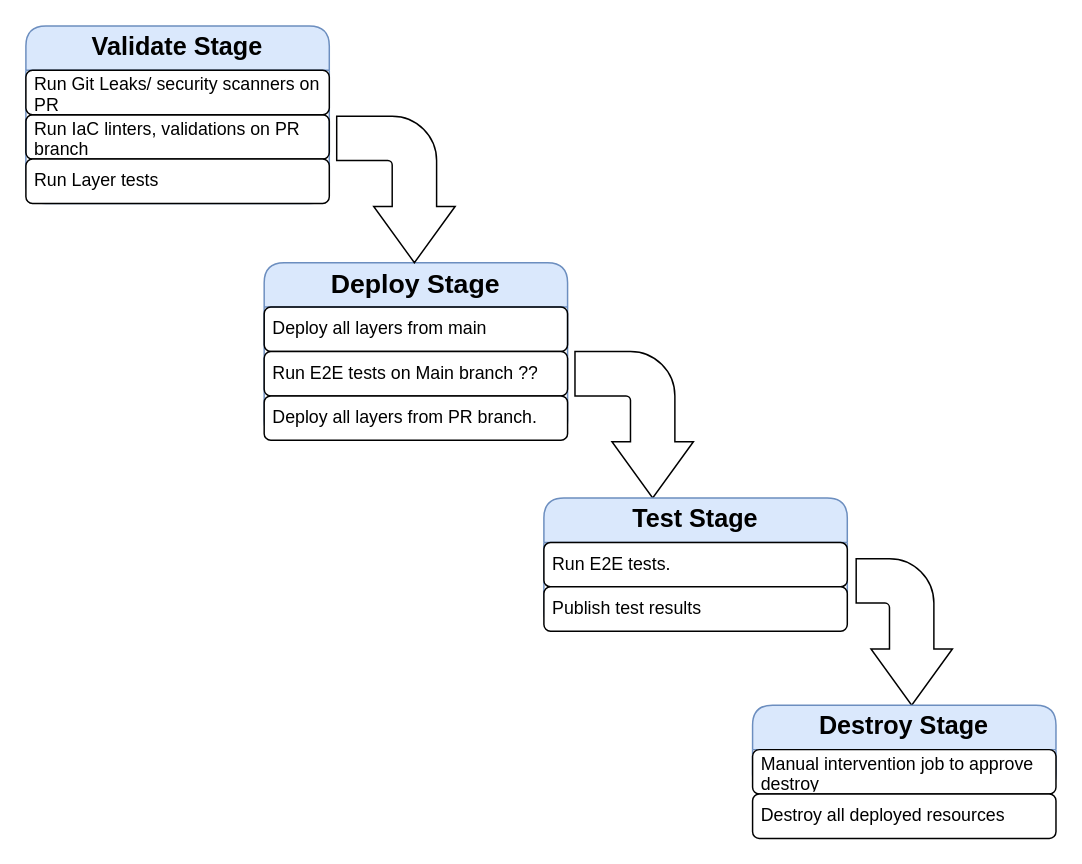
microsoft/symphony keeps this draw.io diagram as docs/images/PR_workflow.drawio. Above is the earlier version. Source tidied: cells renumbered, new cells numbered last; positions are measured from the earlier drawing's top-left corner, leaving out a move shared by most shapes. Both pictures are drawn from the tidied source at 148%, with x=0, y=0 at pixel (25, 25).
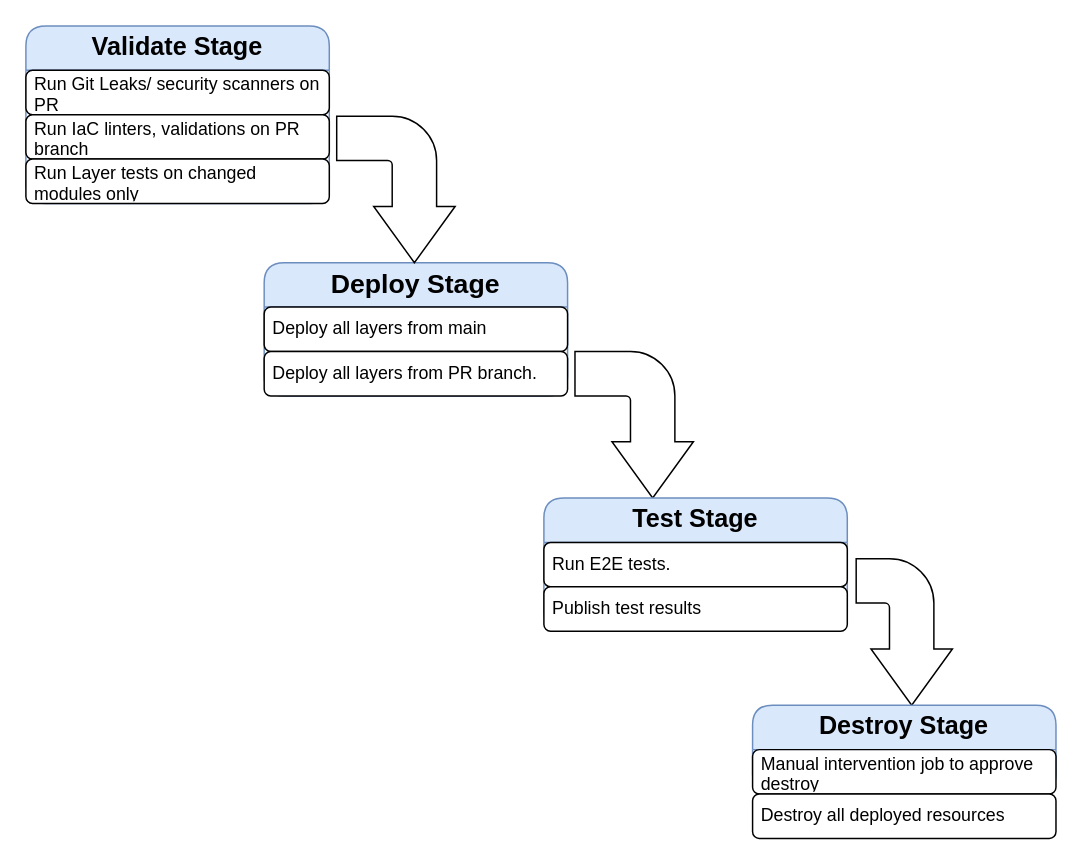
The same diagram, later.

Commit message (it also covers changes not shown here):
Update PR workflow design

Diff of the diagram source:
```diff
@@
 <mxGraphModel>
   <root>
     <mxCell id="0" />
     <mxCell id="1" parent="0" />
     <mxCell id="2" value="&lt;b style=&quot;font-size: 18px;&quot;&gt;Deploy Stage&lt;/b&gt;" style="swimlane;fontStyle=0;horizontal=1;startSize=30;whiteSpace=wrap;html=1;rounded=1;fillColor=#dae8fc;strokeColor=#6c8ebf;fillStyle=solid;fontSize=18;" parent="1" vertex="1">
-      <mxGeometry x="161" y="160" width="205" height="120" as="geometry" />
+      <mxGeometry x="161" y="160" width="205" height="90" as="geometry" />
     </mxCell>
-    <mxCell id="3" value="Deploy all layers from main" style="text;strokeColor=default;fillColor=none;align=left;verticalAlign=middle;spacingLeft=4;spacingRight=4;overflow=hidden;whiteSpace=wrap;html=1;rounded=1;" parent="2" vertex="1">
+    <mxCell id="3" value="Deploy all layers from main" style="text;strokeColor=default;fillColor=default;align=left;verticalAlign=middle;spacingLeft=4;spacingRight=4;overflow=hidden;whiteSpace=wrap;html=1;rounded=1;" parent="2" vertex="1">
       <mxGeometry y="30" width="205" height="30" as="geometry" />
     </mxCell>
-    <mxCell id="4" value="Run E2E tests on Main branch ??" style="text;strokeColor=default;fillColor=default;align=left;verticalAlign=middle;spacingLeft=4;spacingRight=4;overflow=hidden;whiteSpace=wrap;html=1;rounded=1;" parent="2" vertex="1">
-      <mxGeometry y="60" width="205" height="30" as="geometry" />
-    </mxCell>
     <mxCell id="5" value="Deploy all layers from PR branch." style="text;strokeColor=default;fillColor=default;align=left;verticalAlign=middle;spacingLeft=4;spacingRight=4;overflow=hidden;whiteSpace=wrap;html=1;rounded=1;" parent="2" vertex="1">
-      <mxGeometry y="90" width="205" height="30" as="geometry" />
+      <mxGeometry y="60" width="205" height="30" as="geometry" />
     </mxCell>
     <mxCell id="6" value="&lt;b style=&quot;font-size: 17px;&quot;&gt;Validate Stage&lt;/b&gt;" style="swimlane;fontStyle=0;horizontal=1;startSize=30;whiteSpace=wrap;html=1;rounded=1;fillColor=#dae8fc;strokeColor=#6c8ebf;fillStyle=solid;fontSize=17;" parent="1" vertex="1">
       <mxGeometry width="205" height="120" as="geometry" />
     </mxCell>
     <mxCell id="7" value="Run Git Leaks/ security scanners on PR" style="text;strokeColor=default;fillColor=default;align=left;verticalAlign=middle;spacingLeft=4;spacingRight=4;overflow=hidden;whiteSpace=wrap;html=1;rounded=1;" parent="6" vertex="1">
       <mxGeometry y="30" width="205" height="30" as="geometry" />
     </mxCell>
-    <mxCell id="8" value="Run IaC linters, validations on PR branch" style="text;strokeColor=default;fillColor=none;align=left;verticalAlign=middle;spacingLeft=4;spacingRight=4;overflow=hidden;whiteSpace=wrap;html=1;rounded=1;" parent="6" vertex="1">
+    <mxCell id="8" value="Run IaC linters, validations on PR branch" style="text;strokeColor=default;fillColor=default;align=left;verticalAlign=middle;spacingLeft=4;spacingRight=4;overflow=hidden;whiteSpace=wrap;html=1;rounded=1;" parent="6" vertex="1">
       <mxGeometry y="60" width="205" height="30" as="geometry" />
     </mxCell>
-    <mxCell id="9" value="Run Layer tests" style="text;strokeColor=default;fillColor=default;align=left;verticalAlign=middle;spacingLeft=4;spacingRight=4;overflow=hidden;whiteSpace=wrap;html=1;rounded=1;" parent="6" vertex="1">
+    <mxCell id="9" value="Run Layer tests on changed modules only" style="text;strokeColor=default;fillColor=default;align=left;verticalAlign=middle;spacingLeft=4;spacingRight=4;overflow=hidden;whiteSpace=wrap;html=1;rounded=1;" parent="6" vertex="1">
       <mxGeometry y="90" width="205" height="30" as="geometry" />
     </mxCell>
     <mxCell id="10" style="html=1;shadow=0;dashed=0;align=center;verticalAlign=middle;shape=mxgraph.arrows2.bendArrow;dy=15;dx=38;notch=0;arrowHead=55;rounded=1;fillStyle=solid;strokeColor=default;fillColor=default;direction=south;" parent="1" vertex="1">
       <mxGeometry x="210" y="61" width="80" height="99" as="geometry" />
     </mxCell>
     <mxCell id="11" style="html=1;shadow=0;dashed=0;align=center;verticalAlign=middle;shape=mxgraph.arrows2.bendArrow;dy=15;dx=38;notch=0;arrowHead=55;rounded=1;fillStyle=solid;strokeColor=default;fillColor=default;direction=south;" parent="1" vertex="1">
       <mxGeometry x="371" y="220" width="80" height="99" as="geometry" />
     </mxCell>
     <mxCell id="12" value="&lt;b style=&quot;font-size: 17px;&quot;&gt;Test Stage&lt;/b&gt;" style="swimlane;fontStyle=0;horizontal=1;startSize=30;whiteSpace=wrap;html=1;rounded=1;fillColor=#dae8fc;strokeColor=#6c8ebf;fillStyle=solid;fontSize=17;" parent="1" vertex="1">
       <mxGeometry x="350" y="319" width="205" height="90" as="geometry" />
     </mxCell>
     <mxCell id="13" value="Run E2E tests." style="text;strokeColor=default;fillColor=default;align=left;verticalAlign=middle;spacingLeft=4;spacingRight=4;overflow=hidden;whiteSpace=wrap;html=1;rounded=1;" parent="12" vertex="1">
       <mxGeometry y="30" width="205" height="30" as="geometry" />
     </mxCell>
     <mxCell id="14" value="Publish test results" style="text;strokeColor=default;fillColor=default;align=left;verticalAlign=middle;spacingLeft=4;spacingRight=4;overflow=hidden;whiteSpace=wrap;html=1;rounded=1;" parent="12" vertex="1">
       <mxGeometry y="60" width="205" height="30" as="geometry" />
     </mxCell>
     <mxCell id="15" style="html=1;shadow=0;dashed=0;align=center;verticalAlign=middle;shape=mxgraph.arrows2.bendArrow;dy=15;dx=38;notch=0;arrowHead=55;rounded=1;fillStyle=solid;strokeColor=default;fillColor=default;direction=south;" parent="1" vertex="1">
       <mxGeometry x="561" y="360" width="65" height="99" as="geometry" />
     </mxCell>
     <mxCell id="16" value="&lt;b&gt;Destroy Stage&lt;/b&gt;" style="swimlane;fontStyle=0;horizontal=1;startSize=30;whiteSpace=wrap;html=1;rounded=1;fillColor=#dae8fc;strokeColor=#6c8ebf;fillStyle=solid;fontSize=17;" parent="1" vertex="1">
       <mxGeometry x="491" y="459" width="205" height="60" as="geometry" />
     </mxCell>
     <mxCell id="17" value="Manual intervention job to approve destroy" style="text;strokeColor=default;fillColor=default;align=left;verticalAlign=middle;spacingLeft=4;spacingRight=4;overflow=hidden;whiteSpace=wrap;html=1;rounded=1;" parent="16" vertex="1">
       <mxGeometry y="30" width="205" height="30" as="geometry" />
     </mxCell>
     <mxCell id="18" value="Destroy all deployed resources" style="text;strokeColor=default;fillColor=default;align=left;verticalAlign=middle;spacingLeft=4;spacingRight=4;overflow=hidden;whiteSpace=wrap;html=1;rounded=1;" parent="1" vertex="1">
       <mxGeometry x="491" y="519" width="205" height="30" as="geometry" />
     </mxCell>
   </root>
 </mxGraphModel>
```
